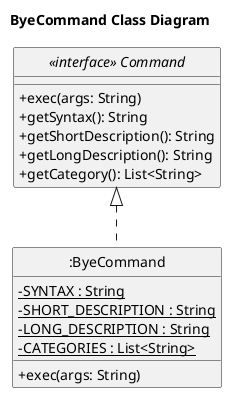
This is docs/diagrams/ByeCommand_Class_Diagram.png from Kevin88866/tp, a PlantUML export, as it was before one commit. Its diagram source:
```plantuml
@startuml

title ByeCommand Class Diagram

skinparam classAttributeIconSize 0
hide circle

interface "<<interface>> Command" as Command {
    + exec(args: String)
    + getSyntax(): String
    + getShortDescription(): String
    + getLongDescription(): String
    + getCategory(): List<String>
}

class ":ByeCommand" as Bye {
    - {static} SYNTAX : String
    - {static} SHORT_DESCRIPTION : String
    - {static} LONG_DESCRIPTION : String
    - {static} CATEGORIES : List<String>
    + exec(args: String)
}

Command <|.. Bye

@enduml
```
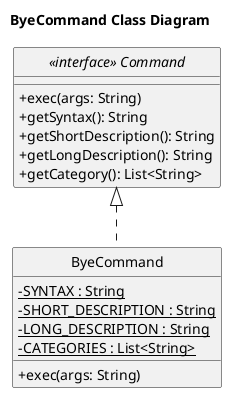
The same file after the commit.

Commit message:
Update Class diagrams

Change to the diagram source:
```diff
@@ -13,7 +13,7 @@
     + getCategory(): List<String>
 }
 
-class ":ByeCommand" as Bye {
+class "ByeCommand" as Bye {
     - {static} SYNTAX : String
     - {static} SHORT_DESCRIPTION : String
     - {static} LONG_DESCRIPTION : String
```
